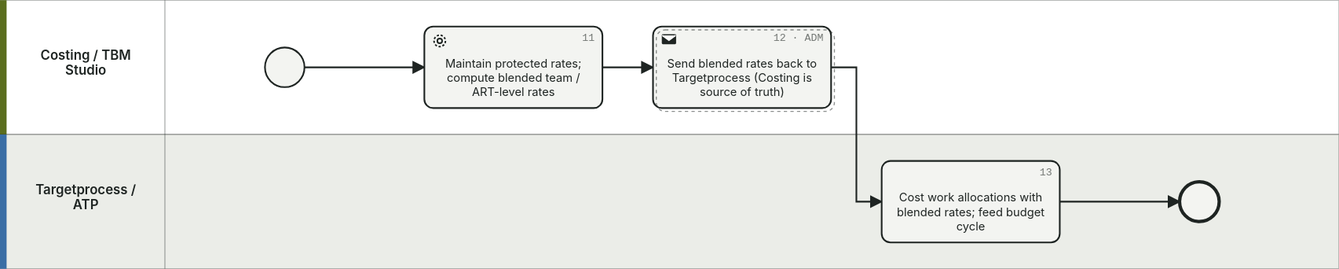
The BPMN diagram assets/diagrams/flow-UC2.svg in corbyjames/apptio-process-catalog, before a commit. Its source is kept beside it as diagrams/bpmn/generated/flow-UC2.bpmn. Ids are renumbered. Its diagram source:
```xml
<bpmn:definitions xmlns:bpmn="http://www.omg.org/spec/BPMN/20100524/MODEL" xmlns:bpmndi="http://www.omg.org/spec/BPMN/20100524/DI" xmlns:dc="http://www.omg.org/spec/DD/20100524/DC" xmlns:di="http://www.omg.org/spec/DD/20100524/DI" id="Definitions_UC2" targetNamespace="urn:apptio:process-catalog" exporter="Apptio Process Catalog" exporterVersion="0.7.0">
  <bpmn:collaboration id="Collaboration_UC2">
    <bpmn:participant id="Participant_UC2" name="Rates back — Work allocation rates" processRef="Process_UC2" />
  </bpmn:collaboration>
  <bpmn:process id="Process_UC2" name="Work allocation rates" isExecutable="false">
    <bpmn:documentation>Costing maintains protected individual rates, computes blended team/ART rates and publishes them to Targetprocess so work allocations can be costed without exposing compensation.</bpmn:documentation>
    <bpmn:laneSet id="LaneSet_UC2">
      <bpmn:lane id="Lane_UC2_0" name="Costing / TBM Studio">
        <bpmn:flowNodeRef>n_start_implicit</bpmn:flowNodeRef>
        <bpmn:flowNodeRef>n_11</bpmn:flowNodeRef>
        <bpmn:flowNodeRef>n_12</bpmn:flowNodeRef>
      </bpmn:lane>
      <bpmn:lane id="Lane_UC2_1" name="Targetprocess / ATP">
        <bpmn:flowNodeRef>n_13</bpmn:flowNodeRef>
        <bpmn:flowNodeRef>n_end_implicit</bpmn:flowNodeRef>
      </bpmn:lane>
    </bpmn:laneSet>
    <bpmn:startEvent id="n_start_implicit" name="">
      <bpmn:outgoing>Flow_0</bpmn:outgoing>
    </bpmn:startEvent>
    <bpmn:serviceTask id="n_11" name="Maintain protected rates; compute blended team / ART-level rates">
      <bpmn:documentation>Catalog: 06.4.1. Individual rates never leave Costing</bpmn:documentation>
      <bpmn:incoming>Flow_0</bpmn:incoming>
      <bpmn:outgoing>Flow_1</bpmn:outgoing>
    </bpmn:serviceTask>
    <bpmn:sendTask id="n_12" name="Send blended rates back to Targetprocess (Costing is source of truth)">
      <bpmn:documentation>Catalog: 06.4.2. Design decision: rate exposure level; true-up pattern</bpmn:documentation>
      <bpmn:incoming>Flow_1</bpmn:incoming>
      <bpmn:outgoing>Flow_2</bpmn:outgoing>
    </bpmn:sendTask>
    <bpmn:task id="n_13" name="Cost work allocations with blended rates; feed budget cycle">
      <bpmn:documentation>Catalog: 04.3.1, 02.4.3. </bpmn:documentation>
      <bpmn:incoming>Flow_2</bpmn:incoming>
      <bpmn:outgoing>Flow_3</bpmn:outgoing>
    </bpmn:task>
    <bpmn:endEvent id="n_end_implicit" name="">
      <bpmn:incoming>Flow_3</bpmn:incoming>
    </bpmn:endEvent>
    <bpmn:sequenceFlow id="Flow_0" sourceRef="n_start_implicit" targetRef="n_11" />
    <bpmn:sequenceFlow id="Flow_1" sourceRef="n_11" targetRef="n_12" />
    <bpmn:sequenceFlow id="Flow_2" sourceRef="n_12" targetRef="n_13" />
    <bpmn:sequenceFlow id="Flow_3" sourceRef="n_13" targetRef="n_end_implicit" />
  </bpmn:process>
  <bpmndi:BPMNDiagram id="BPMNDiagram_UC2">
    <bpmndi:BPMNPlane id="BPMNPlane_UC2" bpmnElement="Collaboration_UC2">
      <bpmndi:BPMNShape id="Participant_UC2_di" bpmnElement="Participant_UC2" isHorizontal="true"><dc:Bounds x="0" y="0" width="1218" height="244" /></bpmndi:BPMNShape>
      <bpmndi:BPMNShape id="Lane_UC2_0_di" bpmnElement="Lane_UC2_0" isHorizontal="true"><dc:Bounds x="30" y="0" width="1188" height="122" /></bpmndi:BPMNShape>
      <bpmndi:BPMNShape id="Lane_UC2_1_di" bpmnElement="Lane_UC2_1" isHorizontal="true"><dc:Bounds x="30" y="122" width="1188" height="122" /></bpmndi:BPMNShape>
      <bpmndi:BPMNShape id="n_start_implicit_di" bpmnElement="n_start_implicit"><dc:Bounds x="241" y="43" width="36" height="36" /></bpmndi:BPMNShape>
      <bpmndi:BPMNShape id="n_11_di" bpmnElement="n_11"><dc:Bounds x="386" y="24" width="162" height="74" /></bpmndi:BPMNShape>
      <bpmndi:BPMNShape id="n_12_di" bpmnElement="n_12"><dc:Bounds x="594" y="24" width="162" height="74" /></bpmndi:BPMNShape>
      <bpmndi:BPMNShape id="n_13_di" bpmnElement="n_13"><dc:Bounds x="802" y="146" width="162" height="74" /></bpmndi:BPMNShape>
      <bpmndi:BPMNShape id="n_end_implicit_di" bpmnElement="n_end_implicit"><dc:Bounds x="1073" y="165" width="36" height="36" /></bpmndi:BPMNShape>
      <bpmndi:BPMNEdge id="Flow_0_di" bpmnElement="Flow_0"><di:waypoint x="277" y="61" /><di:waypoint x="386" y="61" /></bpmndi:BPMNEdge>
      <bpmndi:BPMNEdge id="Flow_1_di" bpmnElement="Flow_1"><di:waypoint x="548" y="61" /><di:waypoint x="594" y="61" /></bpmndi:BPMNEdge>
      <bpmndi:BPMNEdge id="Flow_2_di" bpmnElement="Flow_2"><di:waypoint x="756" y="61" /><di:waypoint x="779" y="61" /><di:waypoint x="779" y="183" /><di:waypoint x="802" y="183" /></bpmndi:BPMNEdge>
      <bpmndi:BPMNEdge id="Flow_3_di" bpmnElement="Flow_3"><di:waypoint x="964" y="183" /><di:waypoint x="1073" y="183" /></bpmndi:BPMNEdge>
    </bpmndi:BPMNPlane>
  </bpmndi:BPMNDiagram>
</bpmn:definitions>
```
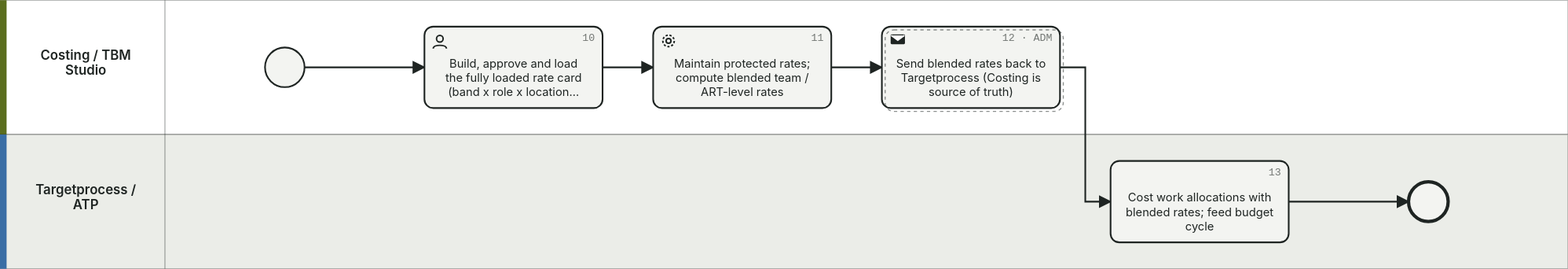
After the change.

Change to the diagram source:
```diff
@@ -1,12 +1,13 @@
-<bpmn:definitions xmlns:bpmn="http://www.omg.org/spec/BPMN/20100524/MODEL" xmlns:bpmndi="http://www.omg.org/spec/BPMN/20100524/DI" xmlns:dc="http://www.omg.org/spec/DD/20100524/DC" xmlns:di="http://www.omg.org/spec/DD/20100524/DI" id="Definitions_UC2" targetNamespace="urn:apptio:process-catalog" exporter="Apptio Process Catalog" exporterVersion="0.7.0">
+<bpmn:definitions xmlns:bpmn="http://www.omg.org/spec/BPMN/20100524/MODEL" xmlns:bpmndi="http://www.omg.org/spec/BPMN/20100524/DI" xmlns:dc="http://www.omg.org/spec/DD/20100524/DC" xmlns:di="http://www.omg.org/spec/DD/20100524/DI" id="Definitions_UC2" targetNamespace="urn:apptio:process-catalog" exporter="Apptio Process Catalog" exporterVersion="0.8.0">
   <bpmn:collaboration id="Collaboration_UC2">
     <bpmn:participant id="Participant_UC2" name="Rates back — Work allocation rates" processRef="Process_UC2" />
   </bpmn:collaboration>
   <bpmn:process id="Process_UC2" name="Work allocation rates" isExecutable="false">
-    <bpmn:documentation>Costing maintains protected individual rates, computes blended team/ART rates and publishes them to Targetprocess so work allocations can be costed without exposing compensation.</bpmn:documentation>
+    <bpmn:documentation>Finance builds the standard rate card from the Costing roster (06.4.1-06.4.3); Costing keeps individual rates protected, computes blended team/ART rates and publishes them to Targetprocess so work allocations can be cost without exposing compensation. Monthly variance against actuals (06.4.10) is the true-up that triggers mid-year re-publication.</bpmn:documentation>
     <bpmn:laneSet id="LaneSet_UC2">
       <bpmn:lane id="Lane_UC2_0" name="Costing / TBM Studio">
         <bpmn:flowNodeRef>n_start_implicit</bpmn:flowNodeRef>
+        <bpmn:flowNodeRef>n_10</bpmn:flowNodeRef>
         <bpmn:flowNodeRef>n_11</bpmn:flowNodeRef>
         <bpmn:flowNodeRef>n_12</bpmn:flowNodeRef>
       </bpmn:lane>
@@ -18,43 +19,51 @@
     <bpmn:startEvent id="n_start_implicit" name="">
       <bpmn:outgoing>Flow_0</bpmn:outgoing>
     </bpmn:startEvent>
-    <bpmn:serviceTask id="n_11" name="Maintain protected rates; compute blended team / ART-level rates">
-      <bpmn:documentation>Catalog: 06.4.1. Individual rates never leave Costing</bpmn:documentation>
+    <bpmn:userTask id="n_10" name="Build, approve and load the fully loaded rate card (band x role x location x employment type)">
+      <bpmn:documentation>Catalog: 06.4.1, 06.4.2, 06.4.3. Annual, from the Costing labor roster: salary + benefits or contract rate, overhead uplift, productive hours</bpmn:documentation>
       <bpmn:incoming>Flow_0</bpmn:incoming>
       <bpmn:outgoing>Flow_1</bpmn:outgoing>
+    </bpmn:userTask>
+    <bpmn:serviceTask id="n_11" name="Maintain protected rates; compute blended team / ART-level rates">
+      <bpmn:documentation>Catalog: 06.4.4. Individual rates never leave Costing</bpmn:documentation>
+      <bpmn:incoming>Flow_1</bpmn:incoming>
+      <bpmn:outgoing>Flow_2</bpmn:outgoing>
     </bpmn:serviceTask>
     <bpmn:sendTask id="n_12" name="Send blended rates back to Targetprocess (Costing is source of truth)">
-      <bpmn:documentation>Catalog: 06.4.2. Design decision: rate exposure level; true-up pattern</bpmn:documentation>
-      <bpmn:incoming>Flow_1</bpmn:incoming>
-      <bpmn:outgoing>Flow_2</bpmn:outgoing>
+      <bpmn:documentation>Catalog: 06.4.5. Design decision: rate exposure level; true-up pattern</bpmn:documentation>
+      <bpmn:incoming>Flow_2</bpmn:incoming>
+      <bpmn:outgoing>Flow_3</bpmn:outgoing>
     </bpmn:sendTask>
     <bpmn:task id="n_13" name="Cost work allocations with blended rates; feed budget cycle">
       <bpmn:documentation>Catalog: 04.3.1, 02.4.3. </bpmn:documentation>
-      <bpmn:incoming>Flow_2</bpmn:incoming>
-      <bpmn:outgoing>Flow_3</bpmn:outgoing>
+      <bpmn:incoming>Flow_3</bpmn:incoming>
+      <bpmn:outgoing>Flow_4</bpmn:outgoing>
     </bpmn:task>
     <bpmn:endEvent id="n_end_implicit" name="">
-      <bpmn:incoming>Flow_3</bpmn:incoming>
+      <bpmn:incoming>Flow_4</bpmn:incoming>
     </bpmn:endEvent>
-    <bpmn:sequenceFlow id="Flow_0" sourceRef="n_start_implicit" targetRef="n_11" />
-    <bpmn:sequenceFlow id="Flow_1" sourceRef="n_11" targetRef="n_12" />
-    <bpmn:sequenceFlow id="Flow_2" sourceRef="n_12" targetRef="n_13" />
-    <bpmn:sequenceFlow id="Flow_3" sourceRef="n_13" targetRef="n_end_implicit" />
+    <bpmn:sequenceFlow id="Flow_0" sourceRef="n_start_implicit" targetRef="n_10" />
+    <bpmn:sequenceFlow id="Flow_1" sourceRef="n_10" targetRef="n_11" />
+    <bpmn:sequenceFlow id="Flow_2" sourceRef="n_11" targetRef="n_12" />
+    <bpmn:sequenceFlow id="Flow_3" sourceRef="n_12" targetRef="n_13" />
+    <bpmn:sequenceFlow id="Flow_4" sourceRef="n_13" targetRef="n_end_implicit" />
   </bpmn:process>
   <bpmndi:BPMNDiagram id="BPMNDiagram_UC2">
     <bpmndi:BPMNPlane id="BPMNPlane_UC2" bpmnElement="Collaboration_UC2">
-      <bpmndi:BPMNShape id="Participant_UC2_di" bpmnElement="Participant_UC2" isHorizontal="true"><dc:Bounds x="0" y="0" width="1218" height="244" /></bpmndi:BPMNShape>
-      <bpmndi:BPMNShape id="Lane_UC2_0_di" bpmnElement="Lane_UC2_0" isHorizontal="true"><dc:Bounds x="30" y="0" width="1188" height="122" /></bpmndi:BPMNShape>
-      <bpmndi:BPMNShape id="Lane_UC2_1_di" bpmnElement="Lane_UC2_1" isHorizontal="true"><dc:Bounds x="30" y="122" width="1188" height="122" /></bpmndi:BPMNShape>
+      <bpmndi:BPMNShape id="Participant_UC2_di" bpmnElement="Participant_UC2" isHorizontal="true"><dc:Bounds x="0" y="0" width="1426" height="244" /></bpmndi:BPMNShape>
+      <bpmndi:BPMNShape id="Lane_UC2_0_di" bpmnElement="Lane_UC2_0" isHorizontal="true"><dc:Bounds x="30" y="0" width="1396" height="122" /></bpmndi:BPMNShape>
+      <bpmndi:BPMNShape id="Lane_UC2_1_di" bpmnElement="Lane_UC2_1" isHorizontal="true"><dc:Bounds x="30" y="122" width="1396" height="122" /></bpmndi:BPMNShape>
       <bpmndi:BPMNShape id="n_start_implicit_di" bpmnElement="n_start_implicit"><dc:Bounds x="241" y="43" width="36" height="36" /></bpmndi:BPMNShape>
-      <bpmndi:BPMNShape id="n_11_di" bpmnElement="n_11"><dc:Bounds x="386" y="24" width="162" height="74" /></bpmndi:BPMNShape>
-      <bpmndi:BPMNShape id="n_12_di" bpmnElement="n_12"><dc:Bounds x="594" y="24" width="162" height="74" /></bpmndi:BPMNShape>
-      <bpmndi:BPMNShape id="n_13_di" bpmnElement="n_13"><dc:Bounds x="802" y="146" width="162" height="74" /></bpmndi:BPMNShape>
-      <bpmndi:BPMNShape id="n_end_implicit_di" bpmnElement="n_end_implicit"><dc:Bounds x="1073" y="165" width="36" height="36" /></bpmndi:BPMNShape>
+      <bpmndi:BPMNShape id="n_10_di" bpmnElement="n_10"><dc:Bounds x="386" y="24" width="162" height="74" /></bpmndi:BPMNShape>
+      <bpmndi:BPMNShape id="n_11_di" bpmnElement="n_11"><dc:Bounds x="594" y="24" width="162" height="74" /></bpmndi:BPMNShape>
+      <bpmndi:BPMNShape id="n_12_di" bpmnElement="n_12"><dc:Bounds x="802" y="24" width="162" height="74" /></bpmndi:BPMNShape>
+      <bpmndi:BPMNShape id="n_13_di" bpmnElement="n_13"><dc:Bounds x="1010" y="146" width="162" height="74" /></bpmndi:BPMNShape>
+      <bpmndi:BPMNShape id="n_end_implicit_di" bpmnElement="n_end_implicit"><dc:Bounds x="1281" y="165" width="36" height="36" /></bpmndi:BPMNShape>
       <bpmndi:BPMNEdge id="Flow_0_di" bpmnElement="Flow_0"><di:waypoint x="277" y="61" /><di:waypoint x="386" y="61" /></bpmndi:BPMNEdge>
       <bpmndi:BPMNEdge id="Flow_1_di" bpmnElement="Flow_1"><di:waypoint x="548" y="61" /><di:waypoint x="594" y="61" /></bpmndi:BPMNEdge>
-      <bpmndi:BPMNEdge id="Flow_2_di" bpmnElement="Flow_2"><di:waypoint x="756" y="61" /><di:waypoint x="779" y="61" /><di:waypoint x="779" y="183" /><di:waypoint x="802" y="183" /></bpmndi:BPMNEdge>
-      <bpmndi:BPMNEdge id="Flow_3_di" bpmnElement="Flow_3"><di:waypoint x="964" y="183" /><di:waypoint x="1073" y="183" /></bpmndi:BPMNEdge>
+      <bpmndi:BPMNEdge id="Flow_2_di" bpmnElement="Flow_2"><di:waypoint x="756" y="61" /><di:waypoint x="802" y="61" /></bpmndi:BPMNEdge>
+      <bpmndi:BPMNEdge id="Flow_3_di" bpmnElement="Flow_3"><di:waypoint x="964" y="61" /><di:waypoint x="987" y="61" /><di:waypoint x="987" y="183" /><di:waypoint x="1010" y="183" /></bpmndi:BPMNEdge>
+      <bpmndi:BPMNEdge id="Flow_4_di" bpmnElement="Flow_4"><di:waypoint x="1172" y="183" /><di:waypoint x="1281" y="183" /></bpmndi:BPMNEdge>
     </bpmndi:BPMNPlane>
   </bpmndi:BPMNDiagram>
 </bpmn:definitions>
```
